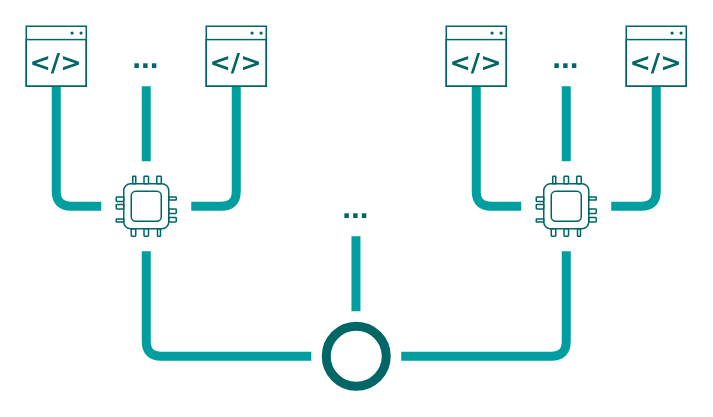
The draw.io diagram docs/diagrams/exec.drawio in ribbas/epidemic-sim, before the edit. Source tidied: cells renumbered, new cells numbered last; positions are measured from the earlier drawing's top-left corner, leaving out a move shared by most shapes. Both pictures are drawn from the tidied source at 150%, with x=0, y=0 at pixel (26, 26).
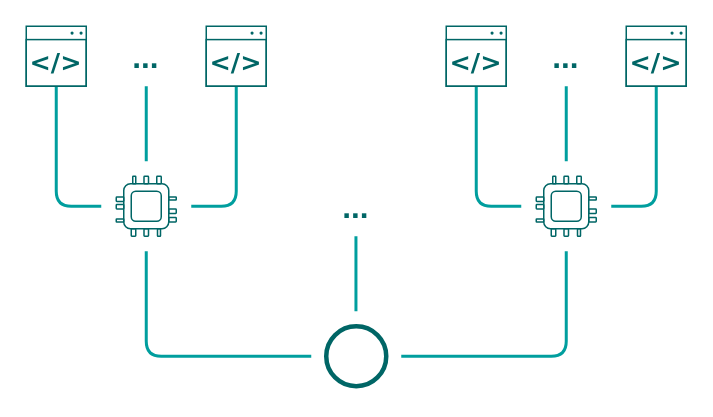
After the change.

Commit message (it also covers changes not shown here):
add cluster execution diagram

Diff of the diagram source:
```diff
@@
-    <mxCell id="2" style="edgeStyle=elbowEdgeStyle;elbow=horizontal;endArrow=none;html=1;exitX=0.5;exitY=1;exitDx=0;exitDy=0;exitPerimeter=0;endFill=0;strokeWidth=6;strokeColor=#009E9E;labelBackgroundColor=none;" parent="1" edge="1">
+    <mxCell id="2" style="edgeStyle=elbowEdgeStyle;elbow=horizontal;endArrow=none;html=1;exitX=0.5;exitY=1;exitDx=0;exitDy=0;exitPerimeter=0;endFill=0;strokeWidth=2;strokeColor=#009E9E;labelBackgroundColor=none;" parent="1" edge="1">
       <mxGeometry relative="1" as="geometry">
         <mxPoint x="20" y="40" as="sourcePoint" />
         <mxPoint x="50" y="120" as="targetPoint" />
         <Array as="points">
           <mxPoint x="20" y="120" />
         </Array>
       </mxGeometry>
     </mxCell>
-    <mxCell id="3" style="edgeStyle=elbowEdgeStyle;elbow=horizontal;endArrow=none;html=1;exitX=0.5;exitY=1;exitDx=0;exitDy=0;exitPerimeter=0;endFill=0;strokeWidth=6;strokeColor=#009E9E;labelBackgroundColor=none;" parent="1" edge="1">
+    <mxCell id="3" style="edgeStyle=elbowEdgeStyle;elbow=horizontal;endArrow=none;html=1;exitX=0.5;exitY=1;exitDx=0;exitDy=0;exitPerimeter=0;endFill=0;strokeWidth=2;strokeColor=#009E9E;labelBackgroundColor=none;" parent="1" edge="1">
       <mxGeometry relative="1" as="geometry">
         <mxPoint x="140" y="40" as="sourcePoint" />
         <mxPoint x="110" y="120" as="targetPoint" />
         <Array as="points">
           <mxPoint x="140" y="120" />
         </Array>
       </mxGeometry>
     </mxCell>
-    <mxCell id="4" style="endArrow=none;html=1;strokeColor=#009E9E;strokeWidth=6;labelBackgroundColor=none;" parent="1" edge="1">
+    <mxCell id="4" style="endArrow=none;html=1;strokeColor=#009E9E;strokeWidth=2;labelBackgroundColor=none;" parent="1" edge="1">
       <mxGeometry relative="1" as="geometry">
         <mxPoint x="80" y="90" as="sourcePoint" />
         <mxPoint x="80" y="40" as="targetPoint" />
       </mxGeometry>
     </mxCell>
-    <mxCell id="5" style="ellipse;whiteSpace=wrap;html=1;fillColor=none;strokeColor=#006666;strokeWidth=6;labelBackgroundColor=none;" parent="1" vertex="1">
+    <mxCell id="5" style="ellipse;whiteSpace=wrap;html=1;fillColor=none;strokeColor=#006666;strokeWidth=3;labelBackgroundColor=none;" parent="1" vertex="1">
       <mxGeometry x="200" y="200" width="40" height="40" as="geometry" />
     </mxCell>
@@
-    <mxCell id="32" style="edgeStyle=elbowEdgeStyle;elbow=horizontal;endArrow=none;html=1;endFill=0;strokeWidth=6;strokeColor=#009E9E;labelBackgroundColor=none;" parent="1" edge="1">
+    <mxCell id="32" style="edgeStyle=elbowEdgeStyle;elbow=horizontal;endArrow=none;html=1;endFill=0;strokeWidth=2;strokeColor=#009E9E;labelBackgroundColor=none;" parent="1" edge="1">
       <mxGeometry relative="1" as="geometry">
         <mxPoint x="80" y="150" as="sourcePoint" />
         <mxPoint x="190" y="220" as="targetPoint" />
         <Array as="points">
           <mxPoint x="80" y="220" />
         </Array>
       </mxGeometry>
     </mxCell>
-    <mxCell id="33" style="edgeStyle=elbowEdgeStyle;elbow=horizontal;endArrow=none;html=1;exitX=0.5;exitY=1;exitDx=0;exitDy=0;exitPerimeter=0;endFill=0;strokeWidth=6;strokeColor=#009E9E;labelBackgroundColor=none;" parent="1" edge="1">
+    <mxCell id="33" style="edgeStyle=elbowEdgeStyle;elbow=horizontal;endArrow=none;html=1;exitX=0.5;exitY=1;exitDx=0;exitDy=0;exitPerimeter=0;endFill=0;strokeWidth=2;strokeColor=#009E9E;labelBackgroundColor=none;" parent="1" edge="1">
       <mxGeometry relative="1" as="geometry">
         <mxPoint x="300" y="40" as="sourcePoint" />
         <mxPoint x="330" y="120" as="targetPoint" />
         <Array as="points">
           <mxPoint x="300" y="120" />
         </Array>
       </mxGeometry>
     </mxCell>
-    <mxCell id="34" style="edgeStyle=elbowEdgeStyle;elbow=horizontal;endArrow=none;html=1;exitX=0.5;exitY=1;exitDx=0;exitDy=0;exitPerimeter=0;endFill=0;strokeWidth=6;strokeColor=#009E9E;labelBackgroundColor=none;" parent="1" edge="1">
+    <mxCell id="34" style="edgeStyle=elbowEdgeStyle;elbow=horizontal;endArrow=none;html=1;exitX=0.5;exitY=1;exitDx=0;exitDy=0;exitPerimeter=0;endFill=0;strokeWidth=2;strokeColor=#009E9E;labelBackgroundColor=none;" parent="1" edge="1">
       <mxGeometry relative="1" as="geometry">
         <mxPoint x="420" y="40" as="sourcePoint" />
         <mxPoint x="390" y="120" as="targetPoint" />
         <Array as="points">
           <mxPoint x="420" y="120" />
         </Array>
       </mxGeometry>
     </mxCell>
-    <mxCell id="35" style="endArrow=none;html=1;strokeColor=#009E9E;strokeWidth=6;labelBackgroundColor=none;" parent="1" edge="1">
+    <mxCell id="35" style="endArrow=none;html=1;strokeColor=#009E9E;strokeWidth=2;labelBackgroundColor=none;" parent="1" edge="1">
       <mxGeometry relative="1" as="geometry">
         <mxPoint x="360" y="90" as="sourcePoint" />
         <mxPoint x="360" y="40" as="targetPoint" />
       </mxGeometry>
     </mxCell>
@@
-    <mxCell id="63" style="endArrow=none;html=1;strokeColor=#009E9E;strokeWidth=6;labelBackgroundColor=none;" parent="1" edge="1">
+    <mxCell id="63" style="endArrow=none;html=1;strokeColor=#009E9E;strokeWidth=2;labelBackgroundColor=none;" parent="1" edge="1">
       <mxGeometry relative="1" as="geometry">
         <mxPoint x="219.8" y="190" as="sourcePoint" />
         <mxPoint x="219.8" y="140" as="targetPoint" />
       </mxGeometry>
     </mxCell>
-    <mxCell id="64" style="edgeStyle=elbowEdgeStyle;elbow=horizontal;endArrow=none;html=1;endFill=0;strokeWidth=6;strokeColor=#009E9E;labelBackgroundColor=none;" parent="1" edge="1">
+    <mxCell id="64" style="edgeStyle=elbowEdgeStyle;elbow=horizontal;endArrow=none;html=1;endFill=0;strokeWidth=2;strokeColor=#009E9E;labelBackgroundColor=none;" parent="1" edge="1">
       <mxGeometry relative="1" as="geometry">
         <mxPoint x="360" y="150" as="sourcePoint" />
         <mxPoint x="250" y="220" as="targetPoint" />
         <Array as="points">
           <mxPoint x="360" y="220" />
         </Array>
       </mxGeometry>
     </mxCell>
```
